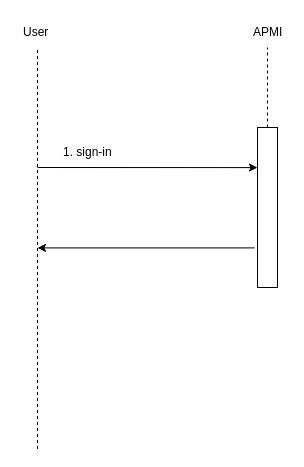
Earlier version of the draw.io diagram Untitled Diagram.drawio (NguyenMinh1912/classdiagram). Source tidied: cells renumbered, new cells numbered last; positions are measured from the earlier drawing's top-left corner, leaving out a move shared by most shapes. Both pictures are drawn from the tidied source at 100%, with x=0, y=0 at pixel (17, 17).
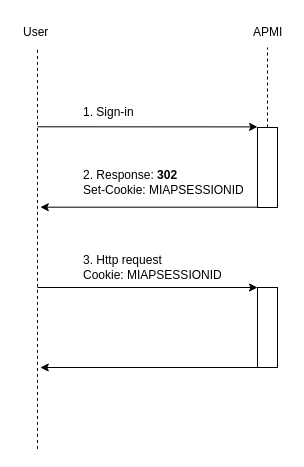
After the change.

The edit, as a diff of the source:
```diff
@@
     <mxCell id="6" style="endArrow=classic;html=1;rounded=0;entryX=0;entryY=0.097;entryDx=0;entryDy=0;entryPerimeter=0;" parent="1" edge="1">
       <mxGeometry relative="1" as="geometry">
-        <mxPoint x="20" y="150" as="sourcePoint" />
-        <mxPoint x="240" y="150.1" as="targetPoint" />
+        <mxPoint x="20" y="109.3" as="sourcePoint" />
+        <mxPoint x="240" y="109.4" as="targetPoint" />
       </mxGeometry>
     </mxCell>
-    <mxCell id="7" value="1. sign-in" style="text;strokeColor=none;fillColor=none;align=left;verticalAlign=middle;spacingLeft=4;spacingRight=4;overflow=hidden;whiteSpace=wrap;html=1;" parent="1" vertex="1">
-      <mxGeometry x="40" y="120" width="80" height="30" as="geometry" />
+    <mxCell id="7" value="1. Sign-in" style="text;strokeColor=none;fillColor=none;align=left;verticalAlign=middle;spacingLeft=4;spacingRight=4;overflow=hidden;whiteSpace=wrap;html=1;" parent="1" vertex="1">
+      <mxGeometry x="60" y="80" width="80" height="30" as="geometry" />
     </mxCell>
     <mxCell id="8" style="endArrow=classic;html=1;rounded=0;exitX=-0.14;exitY=0.356;exitDx=0;exitDy=0;exitPerimeter=0;entryX=0.998;entryY=0.356;entryDx=0;entryDy=0;entryPerimeter=0;" parent="1" edge="1">
       <mxGeometry relative="1" as="geometry">
-        <mxPoint x="237.2" y="230.4" as="sourcePoint" />
-        <mxPoint x="20" y="230.4" as="targetPoint" />
+        <mxPoint x="240" y="189.7" as="sourcePoint" />
+        <mxPoint x="22.8" y="189.7" as="targetPoint" />
       </mxGeometry>
     </mxCell>
     <mxCell id="9" style="rounded=0;whiteSpace=wrap;html=1;" parent="1" vertex="1">
-      <mxGeometry x="240" y="110" width="20" height="160" as="geometry" />
+      <mxGeometry x="240" y="110" width="20" height="80" as="geometry" />
     </mxCell>
+    <mxCell id="10" value="2. Response: &lt;b&gt;302&lt;/b&gt;&lt;br&gt;Set-Cookie:&amp;nbsp;MIAPSESSIONID&amp;nbsp;" style="text;strokeColor=none;fillColor=none;align=left;verticalAlign=middle;spacingLeft=4;spacingRight=4;overflow=hidden;whiteSpace=wrap;html=1;" parent="1" vertex="1">
+      <mxGeometry x="60" y="140" width="180" height="50" as="geometry" />
+    </mxCell>
+    <mxCell id="11" style="endArrow=classic;html=1;rounded=0;" parent="1" edge="1">
+      <mxGeometry relative="1" as="geometry">
+        <mxPoint x="20" y="270" as="sourcePoint" />
+        <mxPoint x="240" y="270" as="targetPoint" />
+      </mxGeometry>
+    </mxCell>
+    <mxCell id="12" style="rounded=0;whiteSpace=wrap;html=1;" parent="1" vertex="1">
+      <mxGeometry x="240" y="270" width="20" height="80" as="geometry" />
+    </mxCell>
+    <mxCell id="13" value="3. Http request&lt;br&gt;Cookie: MIAPSESSIONID&amp;nbsp;&amp;nbsp;" style="text;strokeColor=none;fillColor=none;align=left;verticalAlign=middle;spacingLeft=4;spacingRight=4;overflow=hidden;whiteSpace=wrap;html=1;" parent="1" vertex="1">
+      <mxGeometry x="60" y="230" width="160" height="40" as="geometry" />
+    </mxCell>
+    <mxCell id="14" style="endArrow=classic;html=1;rounded=0;exitX=-0.14;exitY=0.356;exitDx=0;exitDy=0;exitPerimeter=0;entryX=0.998;entryY=0.356;entryDx=0;entryDy=0;entryPerimeter=0;" parent="1" edge="1">
+      <mxGeometry relative="1" as="geometry">
+        <mxPoint x="240" y="350" as="sourcePoint" />
+        <mxPoint x="22.8" y="350" as="targetPoint" />
+      </mxGeometry>
+    </mxCell>
```
